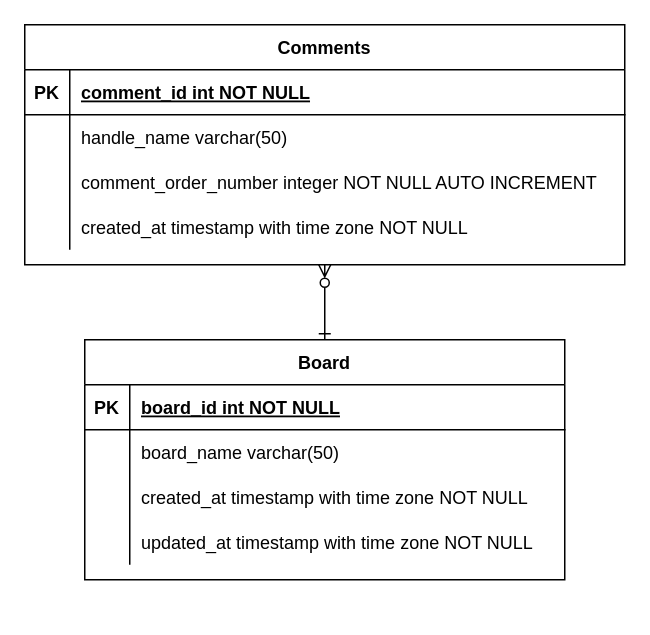
Before: JTBBS.drawio in Milix-M/JTBBS, a draw.io diagram. Source tidied: cells renumbered, new cells numbered last; positions are measured from the earlier drawing's top-left corner, leaving out a move shared by most shapes. Both pictures are drawn from the tidied source at 150%, with x=0, y=0 at pixel (24, 24).
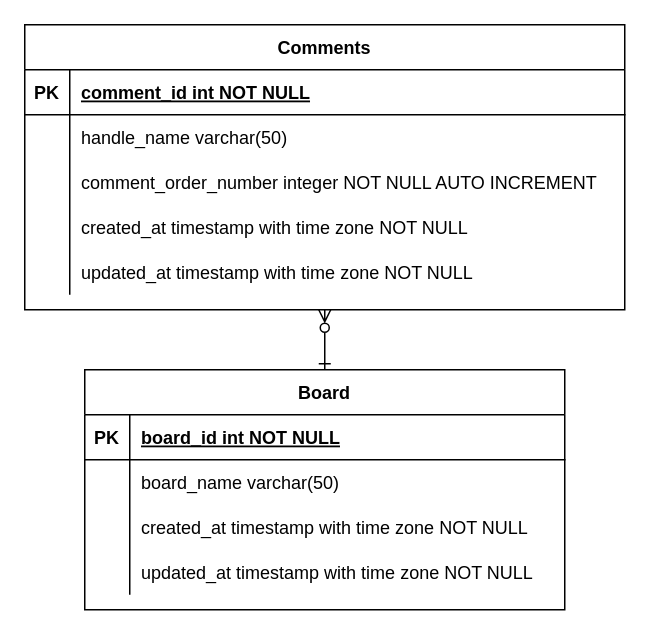
After the change.

Commit message:
Update Entity-relational Diagram

Change to the diagram source:
```diff
@@
     <mxCell id="3" value="Comments" style="shape=table;startSize=30;childLayout=tableLayout;rowLines=0;fontStyle=1;align=center;" parent="1" vertex="1">
-      <mxGeometry width="400" height="160" as="geometry" />
+      <mxGeometry width="400" height="190" as="geometry" />
     </mxCell>
@@
+    <mxCell id="29" style="shape=partialRectangle;fillColor=none;top=0;left=0;right=0;bottom=0;" parent="3" vertex="1">
+      <mxGeometry y="150" width="400" height="30" as="geometry" />
+    </mxCell>
+    <mxCell id="30" style="shape=partialRectangle;overflow=hidden;fillColor=none;top=0;left=0;bottom=0;right=0;" parent="29" vertex="1">
+      <mxGeometry width="30" height="30" as="geometry" />
+    </mxCell>
+    <mxCell id="31" value="updated_at timestamp with time zone NOT NULL" style="shape=partialRectangle;overflow=hidden;fillColor=none;top=0;left=0;bottom=0;right=0;align=left;spacingLeft=6;" parent="29" vertex="1">
+      <mxGeometry x="30" width="370" height="30" as="geometry" />
+    </mxCell>
     <mxCell id="16" value="Board" style="shape=table;startSize=30;childLayout=tableLayout;rowLines=0;fontStyle=1;align=center;" parent="1" vertex="1">
-      <mxGeometry x="40" y="210" width="320" height="160" as="geometry" />
+      <mxGeometry x="40" y="230" width="320" height="160" as="geometry" />
     </mxCell>
```
